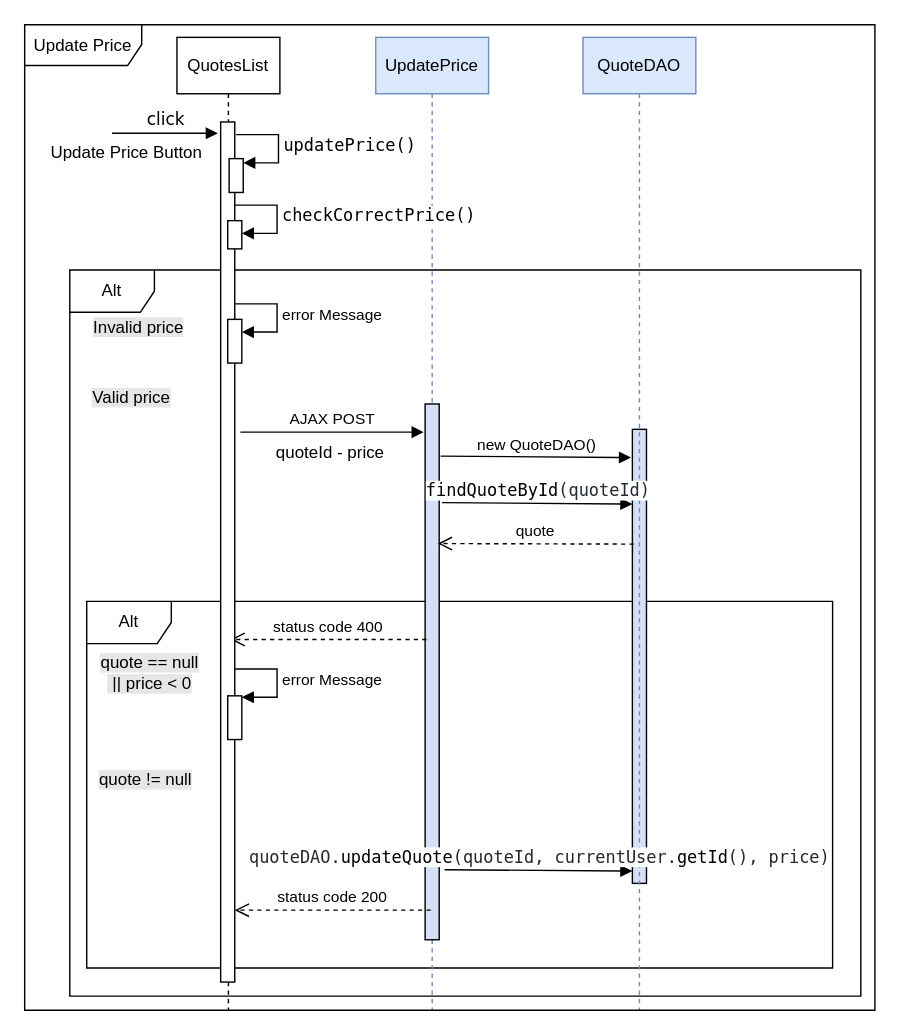
This is documentation/RIA_files_drawio/UpdatePrice.drawio from ManuMerlo/Web-App-Project-TIW-2022-Inghilleri-Merlo, a draw.io file, before an edit. Source tidied: cells renumbered, new cells numbered last; positions are measured from the earlier drawing's top-left corner, leaving out a move shared by most shapes. Both pictures are drawn from the tidied source at 141%, with x=0, y=0 at pixel (24, 24).
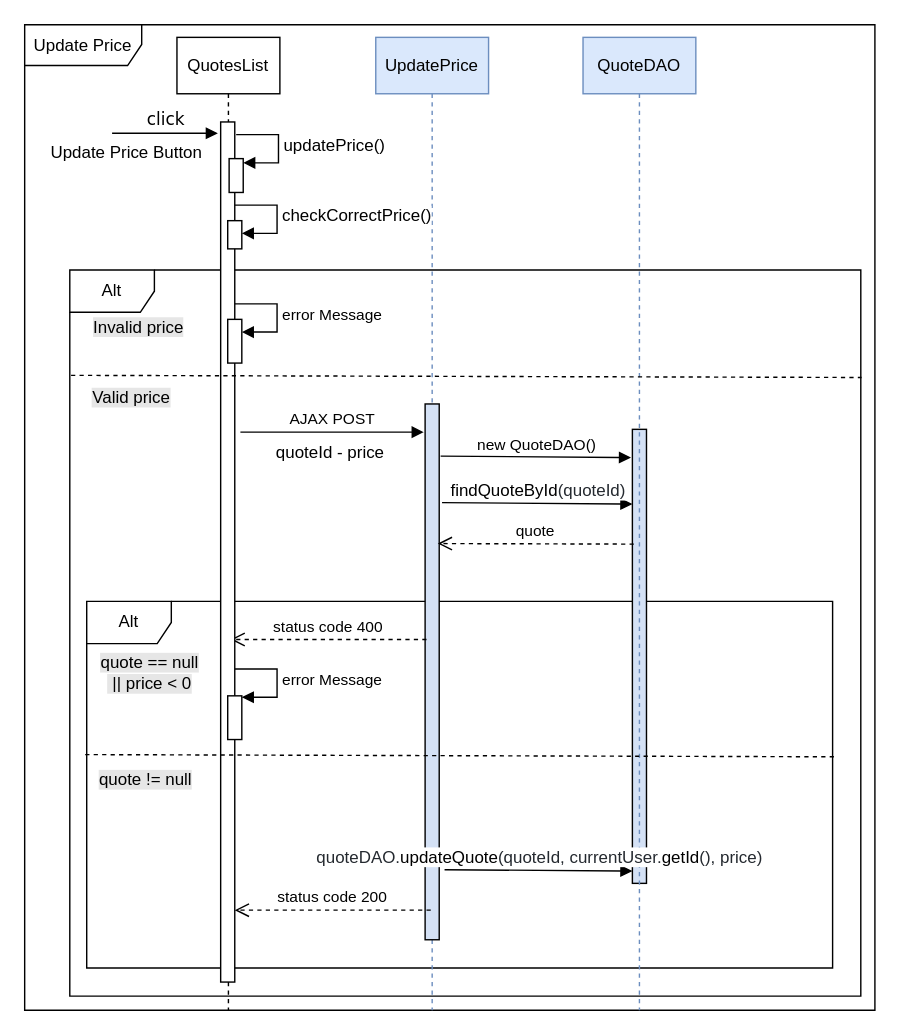
The same diagram, later.

Unchanged cells that the change refers to:
```xml
<mxCell id="2" value="Alt" style="shape=umlFrame;whiteSpace=wrap;html=1;" parent="1" vertex="1">
  <mxGeometry x="32" y="174" width="561" height="515" as="geometry" />
</mxCell>
<mxCell id="3" value="Alt" style="shape=umlFrame;whiteSpace=wrap;html=1;labelBackgroundColor=#FFFFFF;fillColor=#FFFFFF;" parent="1" vertex="1">
  <mxGeometry x="44" y="409" width="529" height="260" as="geometry" />
</mxCell>
<mxCell id="4" style="html=1;points=[];perimeter=orthogonalPerimeter;fillColor=#D4E1F5;" parent="1" vertex="1">
  <mxGeometry x="431" y="287" width="10" height="322" as="geometry" />
</mxCell>
```

Diff of the diagram source:
```diff
@@
+    <mxCell id="32" value="Update Price" style="shape=umlFrame;whiteSpace=wrap;html=1;width=83;height=29;" parent="1" vertex="1">
+      <mxGeometry width="603" height="699" as="geometry" />
+    </mxCell>
@@
-    <mxCell id="9" value="&lt;span style=&quot;box-sizing: border-box; color: rgb(36, 41, 47); font-family: ui-monospace, SFMono-Regular, &amp;quot;SF Mono&amp;quot;, Menlo, Consolas, &amp;quot;Liberation Mono&amp;quot;, monospace; font-size: 12px; text-align: start;&quot; class=&quot;pl-s1&quot;&gt;quoteDAO&lt;/span&gt;&lt;span style=&quot;color: rgb(36, 41, 47); font-family: ui-monospace, SFMono-Regular, &amp;quot;SF Mono&amp;quot;, Menlo, Consolas, &amp;quot;Liberation Mono&amp;quot;, monospace; font-size: 12px; text-align: start;&quot;&gt;.&lt;/span&gt;&lt;span style=&quot;box-sizing: border-box; color: var(--color-prettylights-syntax-entity); font-family: ui-monospace, SFMono-Regular, &amp;quot;SF Mono&amp;quot;, Menlo, Consolas, &amp;quot;Liberation Mono&amp;quot;, monospace; font-size: 12px; text-align: start;&quot; class=&quot;pl-en&quot;&gt;updateQuote&lt;/span&gt;&lt;span style=&quot;color: rgb(36, 41, 47); font-family: ui-monospace, SFMono-Regular, &amp;quot;SF Mono&amp;quot;, Menlo, Consolas, &amp;quot;Liberation Mono&amp;quot;, monospace; font-size: 12px; text-align: start;&quot;&gt;(&lt;/span&gt;&lt;span style=&quot;box-sizing: border-box; color: rgb(36, 41, 47); font-family: ui-monospace, SFMono-Regular, &amp;quot;SF Mono&amp;quot;, Menlo, Consolas, &amp;quot;Liberation Mono&amp;quot;, monospace; font-size: 12px; text-align: start;&quot; class=&quot;pl-s1&quot;&gt;quoteId&lt;/span&gt;&lt;span style=&quot;color: rgb(36, 41, 47); font-family: ui-monospace, SFMono-Regular, &amp;quot;SF Mono&amp;quot;, Menlo, Consolas, &amp;quot;Liberation Mono&amp;quot;, monospace; font-size: 12px; text-align: start;&quot;&gt;, &lt;/span&gt;&lt;span style=&quot;box-sizing: border-box; color: rgb(36, 41, 47); font-family: ui-monospace, SFMono-Regular, &amp;quot;SF Mono&amp;quot;, Menlo, Consolas, &amp;quot;Liberation Mono&amp;quot;, monospace; font-size: 12px; text-align: start;&quot; class=&quot;pl-s1&quot;&gt;currentUser&lt;/span&gt;&lt;span style=&quot;color: rgb(36, 41, 47); font-family: ui-monospace, SFMono-Regular, &amp;quot;SF Mono&amp;quot;, Menlo, Consolas, &amp;quot;Liberation Mono&amp;quot;, monospace; font-size: 12px; text-align: start;&quot;&gt;.&lt;/span&gt;&lt;span style=&quot;box-sizing: border-box; color: var(--color-prettylights-syntax-entity); font-family: ui-monospace, SFMono-Regular, &amp;quot;SF Mono&amp;quot;, Menlo, Consolas, &amp;quot;Liberation Mono&amp;quot;, monospace; font-size: 12px; text-align: start;&quot; class=&quot;pl-en&quot;&gt;getId&lt;/span&gt;&lt;span style=&quot;color: rgb(36, 41, 47); font-family: ui-monospace, SFMono-Regular, &amp;quot;SF Mono&amp;quot;, Menlo, Consolas, &amp;quot;Liberation Mono&amp;quot;, monospace; font-size: 12px; text-align: start;&quot;&gt;(), &lt;/span&gt;&lt;span style=&quot;box-sizing: border-box; color: rgb(36, 41, 47); font-family: ui-monospace, SFMono-Regular, &amp;quot;SF Mono&amp;quot;, Menlo, Consolas, &amp;quot;Liberation Mono&amp;quot;, monospace; font-size: 12px; text-align: start;&quot; class=&quot;pl-s1&quot;&gt;price&lt;/span&gt;&lt;span style=&quot;color: rgb(36, 41, 47); font-family: ui-monospace, SFMono-Regular, &amp;quot;SF Mono&amp;quot;, Menlo, Consolas, &amp;quot;Liberation Mono&amp;quot;, monospace; font-size: 12px; text-align: start;&quot;&gt;)&lt;/span&gt;" style="html=1;verticalAlign=bottom;endArrow=block;rounded=0;entryX=0;entryY=0.973;entryDx=0;entryDy=0;entryPerimeter=0;" parent="1" edge="1" target="4">
+    <mxCell id="9" value="&lt;span style=&quot;box-sizing: border-box; color: rgb(36, 41, 47); font-size: 12px; text-align: start;&quot; class=&quot;pl-s1&quot;&gt;quoteDAO&lt;/span&gt;&lt;span style=&quot;color: rgb(36, 41, 47); font-size: 12px; text-align: start;&quot;&gt;.&lt;/span&gt;&lt;span style=&quot;box-sizing: border-box; color: var(--color-prettylights-syntax-entity); font-size: 12px; text-align: start;&quot; class=&quot;pl-en&quot;&gt;updateQuote&lt;/span&gt;&lt;span style=&quot;color: rgb(36, 41, 47); font-size: 12px; text-align: start;&quot;&gt;(&lt;/span&gt;&lt;span style=&quot;box-sizing: border-box; color: rgb(36, 41, 47); font-size: 12px; text-align: start;&quot; class=&quot;pl-s1&quot;&gt;quoteId&lt;/span&gt;&lt;span style=&quot;color: rgb(36, 41, 47); font-size: 12px; text-align: start;&quot;&gt;, &lt;/span&gt;&lt;span style=&quot;box-sizing: border-box; color: rgb(36, 41, 47); font-size: 12px; text-align: start;&quot; class=&quot;pl-s1&quot;&gt;currentUser&lt;/span&gt;&lt;span style=&quot;color: rgb(36, 41, 47); font-size: 12px; text-align: start;&quot;&gt;.&lt;/span&gt;&lt;span style=&quot;box-sizing: border-box; color: var(--color-prettylights-syntax-entity); font-size: 12px; text-align: start;&quot; class=&quot;pl-en&quot;&gt;getId&lt;/span&gt;&lt;span style=&quot;color: rgb(36, 41, 47); font-size: 12px; text-align: start;&quot;&gt;(), &lt;/span&gt;&lt;span style=&quot;box-sizing: border-box; color: rgb(36, 41, 47); font-size: 12px; text-align: start;&quot; class=&quot;pl-s1&quot;&gt;price&lt;/span&gt;&lt;span style=&quot;color: rgb(36, 41, 47); font-size: 12px; text-align: start;&quot;&gt;)&lt;/span&gt;" style="html=1;verticalAlign=bottom;endArrow=block;rounded=0;entryX=0;entryY=0.973;entryDx=0;entryDy=0;entryPerimeter=0;" parent="1" edge="1" target="4">
       <mxGeometry relative="1" as="geometry">
         <mxPoint x="297.8" y="599.3" as="sourcePoint" />
       </mxGeometry>
     </mxCell>
@@
-    <mxCell id="22" value="&lt;font face=&quot;ui-monospace, SFMono-Regular, SF Mono, Menlo, Consolas, Liberation Mono, monospace&quot;&gt;&lt;span style=&quot;font-size: 12px;&quot;&gt;checkCorrectPrice()&lt;/span&gt;&lt;/font&gt;" style="edgeStyle=orthogonalEdgeStyle;html=1;align=left;spacingLeft=2;endArrow=block;rounded=0;entryX=1;entryY=0;" parent="1" edge="1">
+    <mxCell id="22" value="&lt;span style=&quot;font-size: 12px;&quot;&gt;checkCorrectPrice()&lt;/span&gt;" style="edgeStyle=orthogonalEdgeStyle;html=1;align=left;spacingLeft=2;endArrow=block;rounded=0;entryX=1;entryY=0;" parent="1" edge="1">
       <mxGeometry relative="1" as="geometry">
         <mxPoint x="149" y="128" as="sourcePoint" />
         <mxPoint x="154" y="148" as="targetPoint" />
         <Array as="points">
           <mxPoint x="179" y="128" />
           <mxPoint x="179" y="148" />
         </Array>
       </mxGeometry>
     </mxCell>
@@
-    <mxCell id="27" value="&lt;span style=&quot;box-sizing: border-box; color: var(--color-prettylights-syntax-entity); font-family: ui-monospace, SFMono-Regular, &amp;quot;SF Mono&amp;quot;, Menlo, Consolas, &amp;quot;Liberation Mono&amp;quot;, monospace; font-size: 12px; text-align: start;&quot; class=&quot;pl-en&quot;&gt;findQuoteById&lt;/span&gt;&lt;span style=&quot;color: rgb(36, 41, 47); font-family: ui-monospace, SFMono-Regular, &amp;quot;SF Mono&amp;quot;, Menlo, Consolas, &amp;quot;Liberation Mono&amp;quot;, monospace; font-size: 12px; text-align: start;&quot;&gt;(&lt;/span&gt;&lt;span style=&quot;box-sizing: border-box; color: rgb(36, 41, 47); font-family: ui-monospace, SFMono-Regular, &amp;quot;SF Mono&amp;quot;, Menlo, Consolas, &amp;quot;Liberation Mono&amp;quot;, monospace; font-size: 12px; text-align: start;&quot; class=&quot;pl-s1&quot;&gt;quoteId&lt;/span&gt;&lt;span style=&quot;color: rgb(36, 41, 47); font-family: ui-monospace, SFMono-Regular, &amp;quot;SF Mono&amp;quot;, Menlo, Consolas, &amp;quot;Liberation Mono&amp;quot;, monospace; font-size: 12px; text-align: start;&quot;&gt;)&lt;/span&gt;" style="html=1;verticalAlign=bottom;endArrow=block;rounded=0;" parent="1" edge="1">
+    <mxCell id="27" value="&lt;span style=&quot;box-sizing: border-box; color: var(--color-prettylights-syntax-entity); font-size: 12px; text-align: start;&quot; class=&quot;pl-en&quot;&gt;findQuoteById&lt;/span&gt;&lt;span style=&quot;color: rgb(36, 41, 47); font-size: 12px; text-align: start;&quot;&gt;(&lt;/span&gt;&lt;span style=&quot;box-sizing: border-box; color: rgb(36, 41, 47); font-size: 12px; text-align: start;&quot; class=&quot;pl-s1&quot;&gt;quoteId&lt;/span&gt;&lt;span style=&quot;color: rgb(36, 41, 47); font-size: 12px; text-align: start;&quot;&gt;)&lt;/span&gt;" style="html=1;verticalAlign=bottom;endArrow=block;rounded=0;" parent="1" edge="1">
       <mxGeometry relative="1" as="geometry">
         <mxPoint x="296" y="339" as="sourcePoint" />
         <mxPoint x="431" y="340" as="targetPoint" />
       </mxGeometry>
     </mxCell>
@@
-    <mxCell id="31" value="&lt;font face=&quot;ui-monospace, SFMono-Regular, SF Mono, Menlo, Consolas, Liberation Mono, monospace&quot;&gt;&lt;span style=&quot;font-size: 12px;&quot;&gt;updatePrice()&lt;/span&gt;&lt;/font&gt;" style="edgeStyle=orthogonalEdgeStyle;html=1;align=left;spacingLeft=2;endArrow=block;rounded=0;entryX=1;entryY=0;" parent="1" edge="1">
+    <mxCell id="31" value="&lt;span style=&quot;font-size: 12px;&quot;&gt;updatePrice()&lt;/span&gt;" style="edgeStyle=orthogonalEdgeStyle;html=1;align=left;spacingLeft=2;endArrow=block;rounded=0;entryX=1;entryY=0;" parent="1" edge="1">
       <mxGeometry relative="1" as="geometry">
         <mxPoint x="150" y="78" as="sourcePoint" />
         <mxPoint x="155" y="98" as="targetPoint" />
         <Array as="points">
           <mxPoint x="180" y="78" />
           <mxPoint x="180" y="98" />
         </Array>
       </mxGeometry>
     </mxCell>
-    <mxCell id="32" value="Update Price" style="shape=umlFrame;whiteSpace=wrap;html=1;width=83;height=29;" parent="1" vertex="1">
-      <mxGeometry width="603" height="699" as="geometry" />
-    </mxCell>
+    <mxCell id="33" style="endArrow=none;dashed=1;html=1;rounded=0;fontFamily=Helvetica;exitX=-0.002;exitY=0.418;exitDx=0;exitDy=0;exitPerimeter=0;entryX=1.002;entryY=0.424;entryDx=0;entryDy=0;entryPerimeter=0;" parent="1" edge="1" source="3" target="3">
+      <mxGeometry relative="1" as="geometry" />
+    </mxCell>
+    <mxCell id="34" style="endArrow=none;dashed=1;html=1;rounded=0;fontFamily=Helvetica;exitX=-0.002;exitY=0.418;exitDx=0;exitDy=0;exitPerimeter=0;entryX=1.001;entryY=0.148;entryDx=0;entryDy=0;entryPerimeter=0;" parent="1" edge="1" target="2">
+      <mxGeometry relative="1" as="geometry">
+        <mxPoint x="32.9" y="248.7" as="sourcePoint" />
+      </mxGeometry>
+    </mxCell>
```
